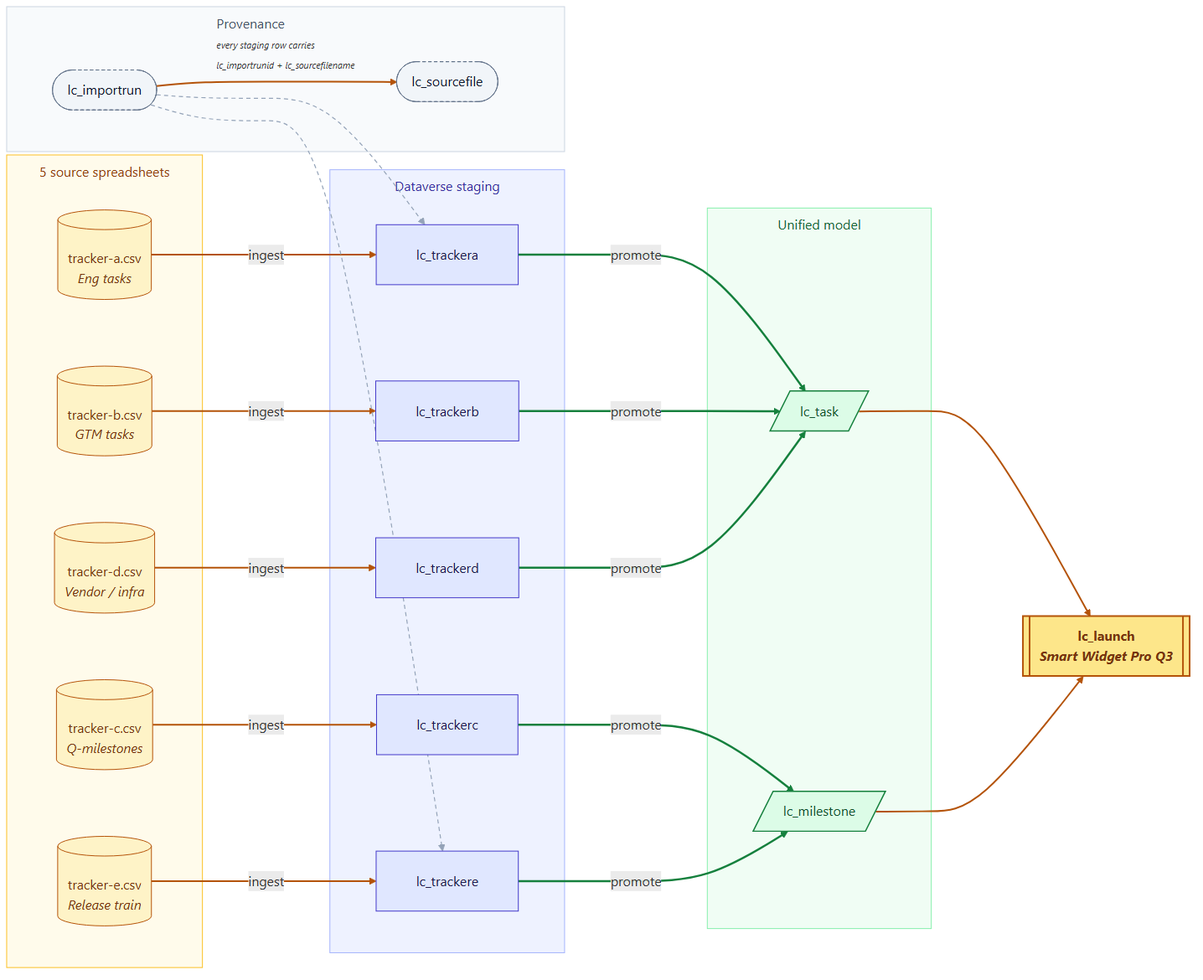
This is artifacts/flow.png from jamesoleinik/launch-control, a Mermaid export, as it was before one commit. Its source is kept beside it as artifacts/flow.mmd.
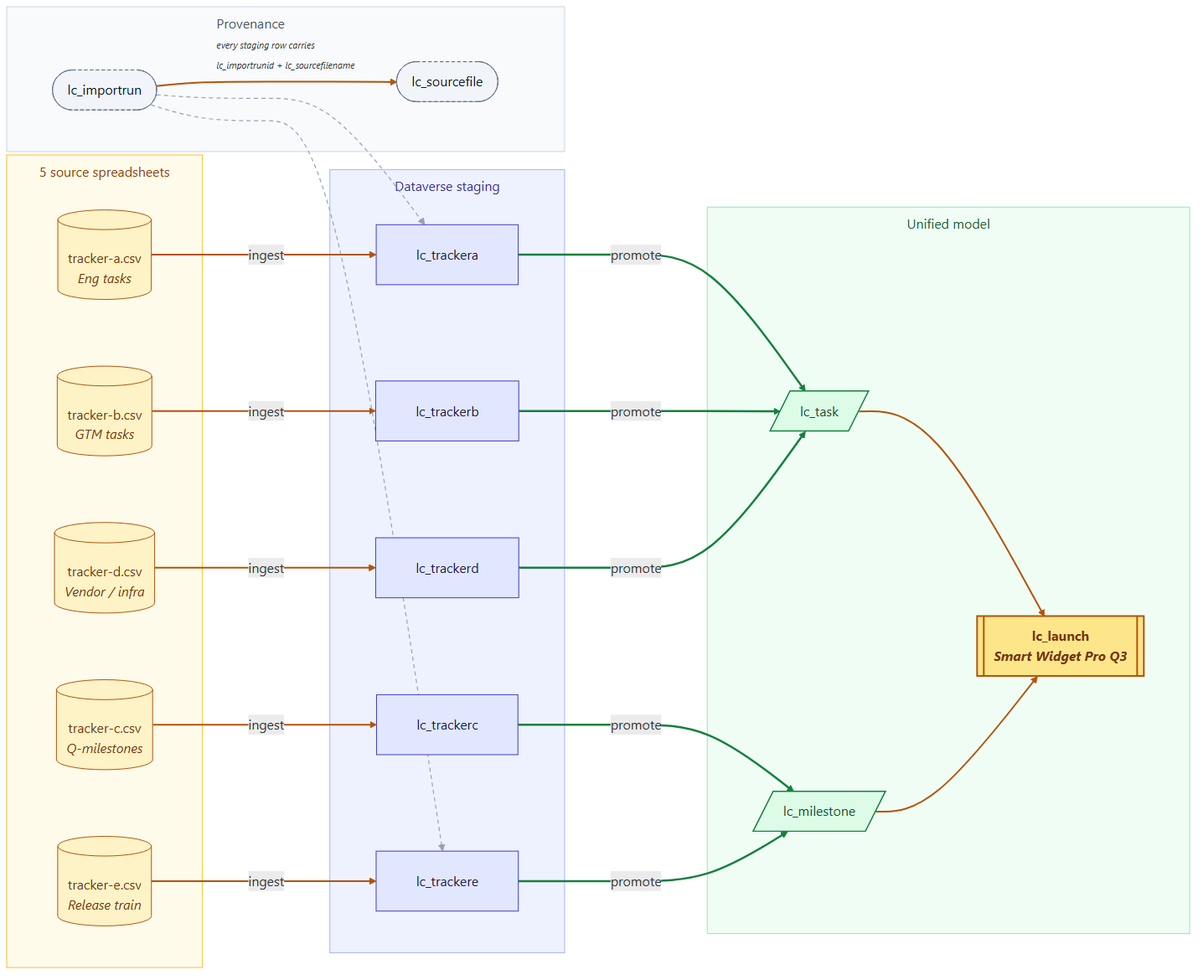
Later version of the same file.

Commit message:
[Ep 01] Move lc_launch inside the Unified model subgraph

lc_launch was floating outside the Unified subgraph, which read as if it
were a separate concept. It's part of the unified model — moved inside
the green box alongside lc_task and lc_milestone.

The edit, as a diff of the source:
```diff
@@ -22,9 +22,8 @@
         direction TB
         task[/lc_task/]
         ms[/lc_milestone/]
+        launch[["lc_launch<br/><i>Smart Widget Pro Q3</i>"]]
     end
-
-    launch[["lc_launch<br/><i>Smart Widget Pro Q3</i>"]]
 
     subgraph PROV["Provenance<br/><span style='font-size:11px;font-style:italic'>every staging row carries<br/>lc_importrunid + lc_sourcefilename</span>"]
         direction TB
```
